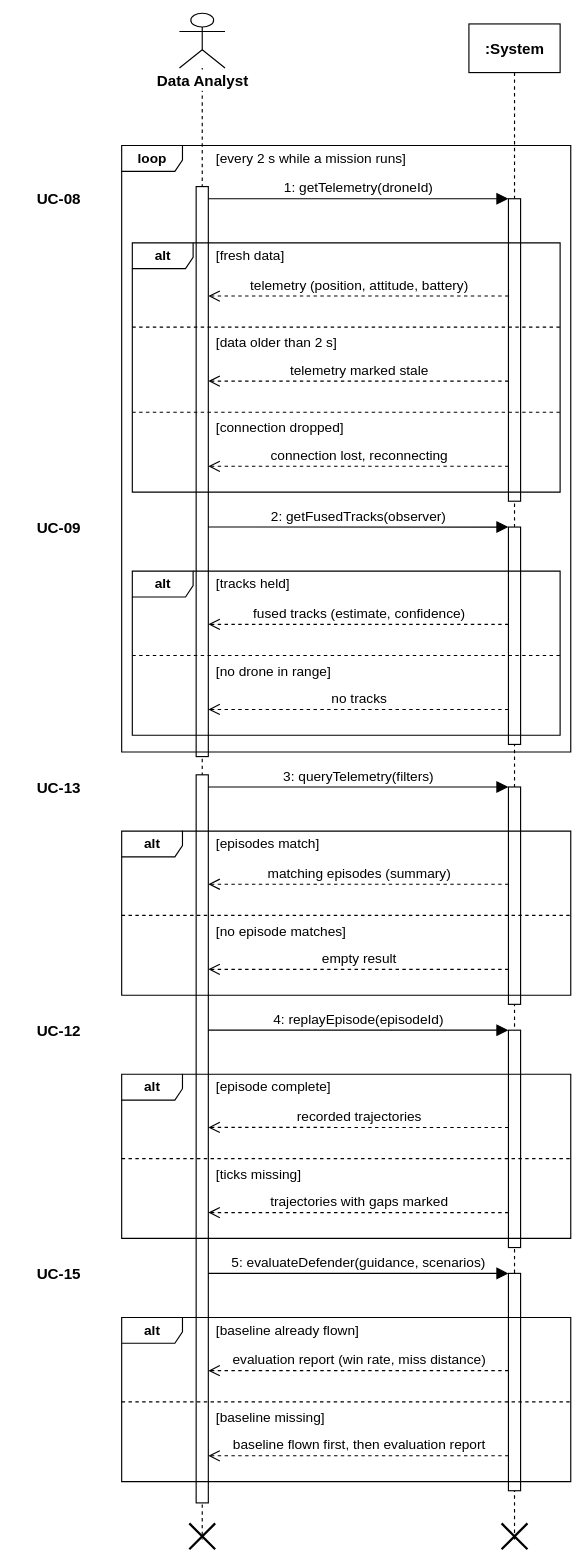
Before: page "SSD: Data Analyst" (3 of 4) of 09_system_sequence_diagram.drawio in syedmohammad611/diagrams, a draw.io diagram. Source tidied: cells renumbered, new cells numbered last; positions are measured from the earlier drawing's top-left corner, leaving out a move shared by most shapes. Both pictures are drawn from the tidied source at 76%, with x=0, y=0 at pixel (13, 13).
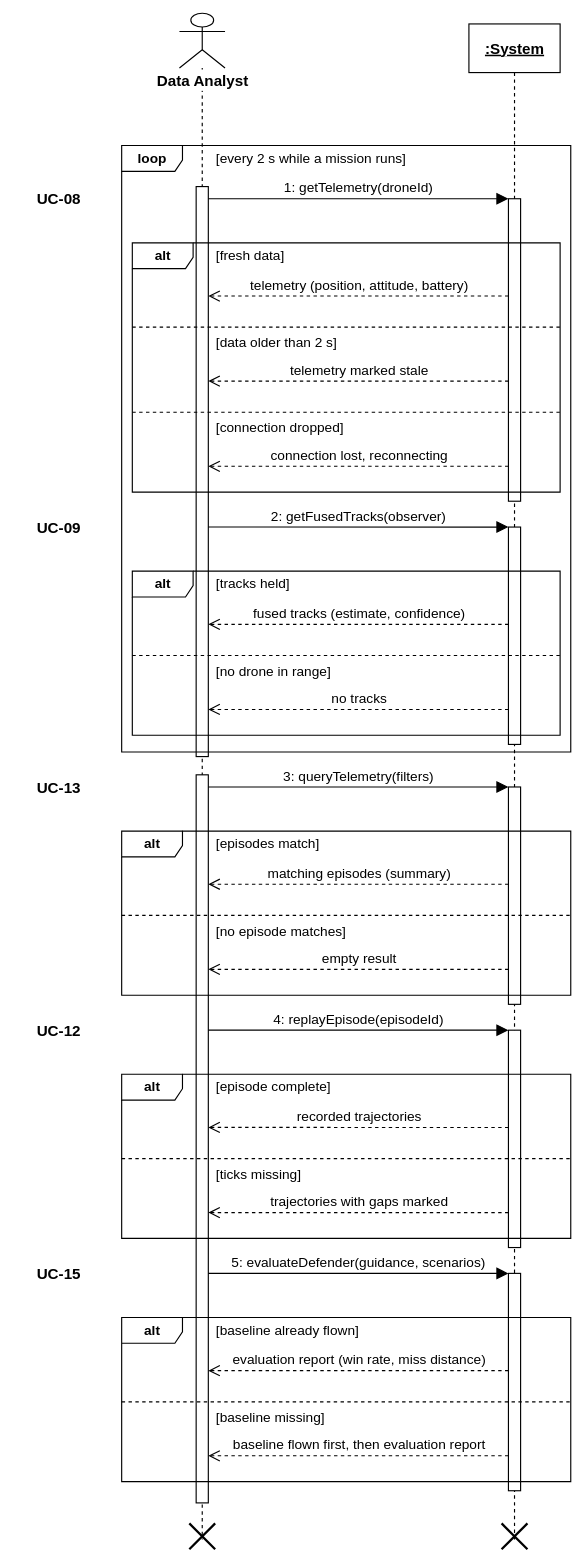
After the change.

What changed in the source:
```diff
@@
-    <mxCell id="6" value=":System" style="shape=umlLifeline;perimeter=lifelinePerimeter;whiteSpace=wrap;html=1;newEdgeStyle={&quot;edgeStyle&quot;:&quot;elbowEdgeStyle&quot;,&quot;elbow&quot;:&quot;vertical&quot;,&quot;curved&quot;:0,&quot;rounded&quot;:0};fillColor=none;strokeColor=#000000;strokeWidth=1.5;fontFamily=Helvetica;fontColor=#000000;fontSize=20;fontStyle=1;size=64;" parent="1" vertex="1">
+    <mxCell id="6" value=":System" style="shape=umlLifeline;perimeter=lifelinePerimeter;whiteSpace=wrap;html=1;newEdgeStyle={&quot;edgeStyle&quot;:&quot;elbowEdgeStyle&quot;,&quot;elbow&quot;:&quot;vertical&quot;,&quot;curved&quot;:0,&quot;rounded&quot;:0};fillColor=none;strokeColor=#000000;strokeWidth=1.5;fontFamily=Helvetica;fontColor=#000000;fontSize=20;fontStyle=5;size=64;" parent="1" vertex="1">
       <mxGeometry x="599.5" y="14" width="120" height="1994" as="geometry" />
     </mxCell>
```
